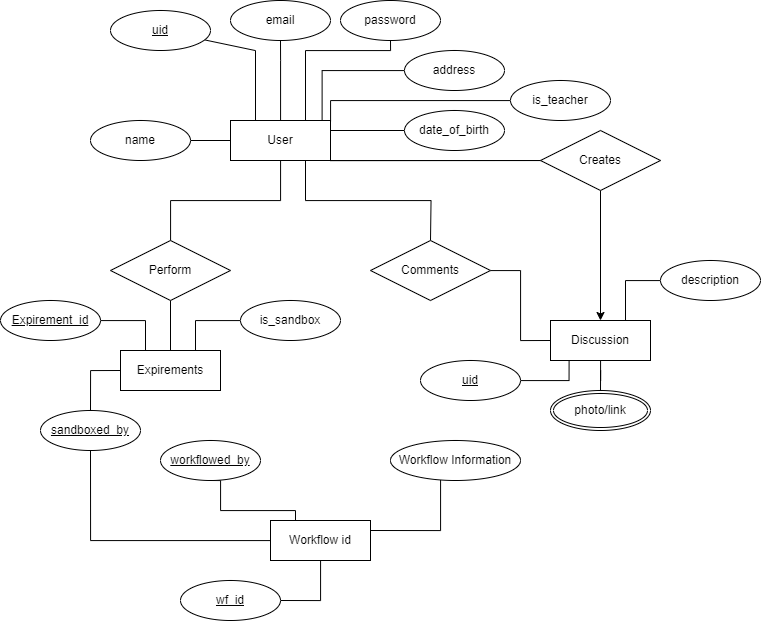
The draw.io diagram Diagrams/er.drawio.png in sushantbramhacharya/Labxplorer_documentations, before a commit. Source tidied: cells renumbered, new cells last; positions are measured from the earlier drawing's top-left corner, leaving out a move shared by most shapes.
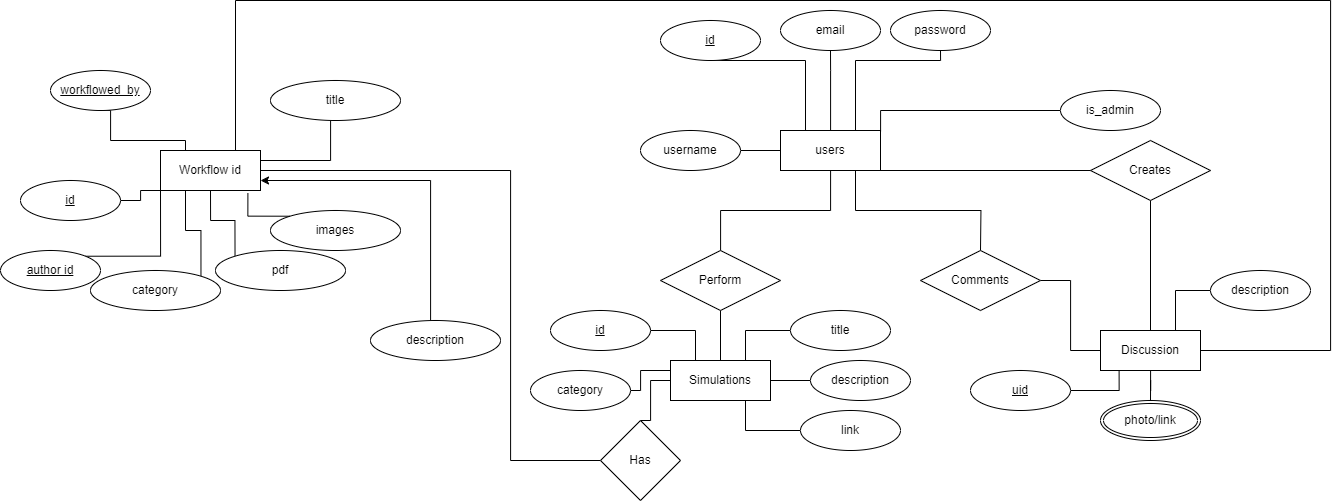
Later version of the same file.

The edit, as a diff of the source:
```diff
@@ -19,13 +19,13 @@
         </Array>
       </mxGeometry>
     </mxCell>
-    <mxCell id="5" value="User" style="whiteSpace=wrap;html=1;align=center;" parent="1" vertex="1">
+    <mxCell id="5" value="users" style="whiteSpace=wrap;html=1;align=center;" parent="1" vertex="1">
       <mxGeometry x="230" y="120" width="100" height="40" as="geometry" />
     </mxCell>
     <mxCell id="6" style="edgeStyle=orthogonalEdgeStyle;rounded=0;jettySize=auto;html=1;endArrow=none;endFill=0;" parent="1" edge="1" source="7" target="5">
       <mxGeometry relative="1" as="geometry" />
     </mxCell>
-    <mxCell id="7" value="name" style="ellipse;whiteSpace=wrap;html=1;align=center;" parent="1" vertex="1">
+    <mxCell id="7" value="username" style="ellipse;whiteSpace=wrap;html=1;align=center;" parent="1" vertex="1">
       <mxGeometry x="90" y="120" width="100" height="40" as="geometry" />
     </mxCell>
     <mxCell id="8" style="edgeStyle=orthogonalEdgeStyle;rounded=0;jettySize=auto;html=1;entryX=0.25;entryY=0;entryDx=0;entryDy=0;endArrow=none;endFill=0;" parent="1" edge="1" source="9" target="5">
@@ -35,7 +35,7 @@
         </Array>
       </mxGeometry>
     </mxCell>
-    <mxCell id="9" value="&lt;u&gt;uid&lt;/u&gt;" style="ellipse;whiteSpace=wrap;html=1;align=center;" parent="1" vertex="1">
+    <mxCell id="9" value="&lt;u&gt;id&lt;/u&gt;" style="ellipse;whiteSpace=wrap;html=1;align=center;" parent="1" vertex="1">
       <mxGeometry x="110" y="10" width="100" height="40" as="geometry" />
     </mxCell>
     <mxCell id="10" style="edgeStyle=orthogonalEdgeStyle;rounded=0;jettySize=auto;html=1;endArrow=none;endFill=0;" parent="1" edge="1" source="11" target="5">
@@ -60,31 +60,19 @@
     <mxCell id="13" value="password" style="ellipse;whiteSpace=wrap;html=1;align=center;" parent="1" vertex="1">
       <mxGeometry x="340" width="100" height="40" as="geometry" />
     </mxCell>
-    <mxCell id="14" style="edgeStyle=orthogonalEdgeStyle;rounded=0;jettySize=auto;html=1;entryX=0.916;entryY=0.004;entryDx=0;entryDy=0;entryPerimeter=0;endArrow=none;endFill=0;" parent="1" edge="1" source="15" target="5">
-      <mxGeometry relative="1" as="geometry" />
-    </mxCell>
-    <mxCell id="15" value="address" style="ellipse;whiteSpace=wrap;html=1;align=center;" parent="1" vertex="1">
-      <mxGeometry x="404" y="50" width="100" height="40" as="geometry" />
-    </mxCell>
-    <mxCell id="16" style="edgeStyle=orthogonalEdgeStyle;rounded=0;jettySize=auto;html=1;entryX=1;entryY=0.25;entryDx=0;entryDy=0;endArrow=none;endFill=0;" parent="1" edge="1" source="17" target="5">
-      <mxGeometry relative="1" as="geometry" />
-    </mxCell>
-    <mxCell id="17" value="date_of_birth" style="ellipse;whiteSpace=wrap;html=1;align=center;" parent="1" vertex="1">
-      <mxGeometry x="404" y="110" width="100" height="40" as="geometry" />
-    </mxCell>
     <mxCell id="18" style="edgeStyle=orthogonalEdgeStyle;rounded=0;jettySize=auto;html=1;endArrow=none;endFill=0;" parent="1" edge="1" source="19" target="20">
       <mxGeometry relative="1" as="geometry" />
     </mxCell>
     <mxCell id="19" value="Perform" style="shape=rhombus;perimeter=rhombusPerimeter;whiteSpace=wrap;html=1;align=center;" parent="1" vertex="1">
       <mxGeometry x="110" y="240" width="120" height="60" as="geometry" />
     </mxCell>
-    <mxCell id="20" value="Expirements" style="whiteSpace=wrap;html=1;align=center;" parent="1" vertex="1">
+    <mxCell id="20" value="Simulations" style="whiteSpace=wrap;html=1;align=center;" parent="1" vertex="1">
       <mxGeometry x="120" y="350" width="100" height="40" as="geometry" />
     </mxCell>
     <mxCell id="21" style="edgeStyle=orthogonalEdgeStyle;rounded=0;jettySize=auto;html=1;entryX=0.75;entryY=0;entryDx=0;entryDy=0;endArrow=none;endFill=0;" parent="1" edge="1" source="22" target="20">
       <mxGeometry relative="1" as="geometry" />
     </mxCell>
-    <mxCell id="22" value="is_sandbox" style="ellipse;whiteSpace=wrap;html=1;align=center;" parent="1" vertex="1">
+    <mxCell id="22" value="title" style="ellipse;whiteSpace=wrap;html=1;align=center;" parent="1" vertex="1">
       <mxGeometry x="240" y="300" width="100" height="40" as="geometry" />
     </mxCell>
     <mxCell id="23" style="edgeStyle=orthogonalEdgeStyle;rounded=0;jettySize=auto;html=1;entryX=0;entryY=0.5;entryDx=0;entryDy=0;endArrow=none;endFill=0;" parent="1" edge="1" source="24" target="36">
@@ -93,14 +81,15 @@
     <mxCell id="24" value="Comments" style="shape=rhombus;perimeter=rhombusPerimeter;whiteSpace=wrap;html=1;align=center;" parent="1" vertex="1">
       <mxGeometry x="370" y="240" width="120" height="60" as="geometry" />
     </mxCell>
-    <mxCell id="25" style="edgeStyle=orthogonalEdgeStyle;rounded=0;jettySize=auto;html=1;endArrow=none;endFill=0;exitX=0.5;exitY=1;exitDx=0;exitDy=0;" parent="1" edge="1" source="45" target="30">
+    <mxCell id="25" style="edgeStyle=orthogonalEdgeStyle;rounded=0;jettySize=auto;html=1;endArrow=none;endFill=0;exitX=0;exitY=0.5;exitDx=0;exitDy=0;" parent="1" edge="1" source="53" target="30">
       <mxGeometry relative="1" as="geometry">
         <Array as="points">
-          <mxPoint x="90" y="540" />
+          <mxPoint x="-40" y="450" />
+          <mxPoint x="-40" y="160" />
         </Array>
       </mxGeometry>
     </mxCell>
-    <mxCell id="26" style="edgeStyle=orthogonalEdgeStyle;rounded=0;jettySize=auto;html=1;exitX=0.5;exitY=1;exitDx=0;exitDy=0;entryX=0.5;entryY=0;entryDx=0;entryDy=0;" parent="1" edge="1" source="27" target="36">
+    <mxCell id="26" style="edgeStyle=orthogonalEdgeStyle;rounded=0;jettySize=auto;html=1;exitX=0.5;exitY=1;exitDx=0;exitDy=0;entryX=0.5;entryY=0;entryDx=0;entryDy=0;endArrow=none;endFill=0;" parent="1" edge="1" source="27" target="36">
       <mxGeometry relative="1" as="geometry" />
     </mxCell>
     <mxCell id="27" value="Creates" style="shape=rhombus;perimeter=rhombusPerimeter;whiteSpace=wrap;html=1;align=center;" parent="1" vertex="1">
@@ -109,17 +98,22 @@
     <mxCell id="28" style="edgeStyle=orthogonalEdgeStyle;rounded=0;jettySize=auto;html=1;exitX=0.25;exitY=0;exitDx=0;exitDy=0;entryX=0.5;entryY=1;entryDx=0;entryDy=0;endArrow=none;endFill=0;" parent="1" edge="1" source="30" target="33">
       <mxGeometry relative="1" as="geometry">
         <Array as="points">
-          <mxPoint x="295" y="510" />
-          <mxPoint x="220" y="510" />
-          <mxPoint x="220" y="480" />
+          <mxPoint x="-365" y="130" />
+          <mxPoint x="-440" y="130" />
+          <mxPoint x="-440" y="100" />
         </Array>
       </mxGeometry>
     </mxCell>
     <mxCell id="29" style="edgeStyle=orthogonalEdgeStyle;rounded=0;jettySize=auto;html=1;entryX=1;entryY=0.5;entryDx=0;entryDy=0;endArrow=none;endFill=0;" parent="1" edge="1" source="30" target="43">
-      <mxGeometry relative="1" as="geometry" />
+      <mxGeometry relative="1" as="geometry">
+        <Array as="points">
+          <mxPoint x="-410" y="180" />
+          <mxPoint x="-410" y="190" />
+        </Array>
+      </mxGeometry>
     </mxCell>
     <mxCell id="30" value="Workflow id" style="whiteSpace=wrap;html=1;align=center;" parent="1" vertex="1">
-      <mxGeometry x="270" y="520" width="100" height="40" as="geometry" />
+      <mxGeometry x="-390" y="140" width="100" height="40" as="geometry" />
     </mxCell>
     <mxCell id="31" style="edgeStyle=orthogonalEdgeStyle;rounded=0;jettySize=auto;html=1;entryX=1.001;entryY=0.016;entryDx=0;entryDy=0;entryPerimeter=0;endArrow=none;endFill=0;" parent="1" edge="1" source="32" target="5">
       <mxGeometry relative="1" as="geometry">
@@ -129,22 +123,31 @@
         </Array>
       </mxGeometry>
     </mxCell>
-    <mxCell id="32" value="is_teacher" style="ellipse;whiteSpace=wrap;html=1;align=center;" parent="1" vertex="1">
+    <mxCell id="32" value="is_admin" style="ellipse;whiteSpace=wrap;html=1;align=center;" parent="1" vertex="1">
       <mxGeometry x="510" y="80" width="100" height="40" as="geometry" />
     </mxCell>
     <mxCell id="33" value="&lt;u&gt;workflowed_by&lt;/u&gt;" style="ellipse;whiteSpace=wrap;html=1;align=center;" parent="1" vertex="1">
-      <mxGeometry x="160" y="440" width="100" height="40" as="geometry" />
+      <mxGeometry x="-500" y="60" width="100" height="40" as="geometry" />
     </mxCell>
     <mxCell id="34" style="edgeStyle=orthogonalEdgeStyle;rounded=0;jettySize=auto;html=1;entryX=1;entryY=0.25;entryDx=0;entryDy=0;endArrow=none;endFill=0;" parent="1" edge="1" source="35" target="30">
       <mxGeometry relative="1" as="geometry">
         <Array as="points">
-          <mxPoint x="440" y="530" />
+          <mxPoint x="-220" y="150" />
         </Array>
       </mxGeometry>
     </mxCell>
-    <mxCell id="35" value="Workflow Information" style="ellipse;whiteSpace=wrap;html=1;align=center;" parent="1" vertex="1">
-      <mxGeometry x="390" y="440" width="130" height="40" as="geometry" />
+    <mxCell id="35" value="title" style="ellipse;whiteSpace=wrap;html=1;align=center;" parent="1" vertex="1">
+      <mxGeometry x="-280" y="70" width="130" height="40" as="geometry" />
     </mxCell>
+    <mxCell id="48" style="edgeStyle=orthogonalEdgeStyle;rounded=0;jettySize=auto;html=1;exitX=1;exitY=0.5;exitDx=0;exitDy=0;entryX=0.75;entryY=0;entryDx=0;entryDy=0;endArrow=none;endFill=0;" parent="1" edge="1" source="36" target="30">
+      <mxGeometry relative="1" as="geometry">
+        <Array as="points">
+          <mxPoint x="780" y="340" />
+          <mxPoint x="780" y="-10" />
+          <mxPoint x="-315" y="-10" />
+        </Array>
+      </mxGeometry>
+    </mxCell>
     <mxCell id="36" value="Discussion" style="whiteSpace=wrap;html=1;align=center;" parent="1" vertex="1">
       <mxGeometry x="550" y="320" width="100" height="40" as="geometry" />
     </mxCell>
@@ -166,20 +169,83 @@
     <mxCell id="42" value="&lt;u&gt;uid&lt;/u&gt;" style="ellipse;whiteSpace=wrap;html=1;align=center;" parent="1" vertex="1">
       <mxGeometry x="420" y="360" width="100" height="40" as="geometry" />
     </mxCell>
-    <mxCell id="43" value="&lt;u&gt;wf_id&lt;/u&gt;" style="ellipse;whiteSpace=wrap;html=1;align=center;" parent="1" vertex="1">
-      <mxGeometry x="180" y="580" width="100" height="40" as="geometry" />
+    <mxCell id="43" value="&lt;u&gt;id&lt;/u&gt;" style="ellipse;whiteSpace=wrap;html=1;align=center;" parent="1" vertex="1">
+      <mxGeometry x="-530" y="170" width="100" height="40" as="geometry" />
     </mxCell>
-    <mxCell id="44" style="edgeStyle=orthogonalEdgeStyle;rounded=0;jettySize=auto;html=1;entryX=0;entryY=0.5;entryDx=0;entryDy=0;endArrow=none;endFill=0;" parent="1" edge="1" source="45" target="20">
-      <mxGeometry relative="1" as="geometry" />
+    <mxCell id="44" style="edgeStyle=orthogonalEdgeStyle;rounded=0;jettySize=auto;html=1;entryX=0;entryY=0.5;entryDx=0;entryDy=0;endArrow=none;endFill=0;" parent="1" edge="1" target="20">
+      <mxGeometry relative="1" as="geometry">
+        <mxPoint x="90" y="410" as="sourcePoint" />
+        <Array as="points">
+          <mxPoint x="100" y="410" />
+          <mxPoint x="100" y="370" />
+        </Array>
+      </mxGeometry>
     </mxCell>
-    <mxCell id="45" value="&lt;u&gt;sandboxed_by&lt;/u&gt;" style="ellipse;whiteSpace=wrap;html=1;align=center;" parent="1" vertex="1">
-      <mxGeometry x="40" y="410" width="100" height="40" as="geometry" />
-    </mxCell>
     <mxCell id="46" style="edgeStyle=orthogonalEdgeStyle;rounded=0;jettySize=auto;html=1;entryX=0.25;entryY=0;entryDx=0;entryDy=0;endArrow=none;endFill=0;" parent="1" edge="1" source="47" target="20">
       <mxGeometry relative="1" as="geometry" />
     </mxCell>
-    <mxCell id="47" value="&lt;u&gt;Expirement_id&lt;/u&gt;" style="ellipse;whiteSpace=wrap;html=1;align=center;" parent="1" vertex="1">
+    <mxCell id="47" value="&lt;u&gt;id&lt;/u&gt;" style="ellipse;whiteSpace=wrap;html=1;align=center;" parent="1" vertex="1">
       <mxGeometry y="300" width="100" height="40" as="geometry" />
     </mxCell>
+    <mxCell id="49" style="edgeStyle=orthogonalEdgeStyle;rounded=0;jettySize=auto;html=1;entryX=1;entryY=0.5;entryDx=0;entryDy=0;endArrow=none;endFill=0;" parent="1" edge="1" source="50" target="20">
+      <mxGeometry relative="1" as="geometry" />
+    </mxCell>
+    <mxCell id="50" value="description" style="ellipse;whiteSpace=wrap;html=1;align=center;" parent="1" vertex="1">
+      <mxGeometry x="260" y="350" width="100" height="40" as="geometry" />
+    </mxCell>
+    <mxCell id="51" style="edgeStyle=orthogonalEdgeStyle;rounded=0;jettySize=auto;html=1;entryX=0.75;entryY=1;entryDx=0;entryDy=0;endArrow=none;endFill=0;" parent="1" edge="1" source="52" target="20">
+      <mxGeometry relative="1" as="geometry" />
+    </mxCell>
+    <mxCell id="52" value="link" style="ellipse;whiteSpace=wrap;html=1;align=center;" parent="1" vertex="1">
+      <mxGeometry x="250" y="400" width="100" height="40" as="geometry" />
+    </mxCell>
+    <mxCell id="53" value="Has" style="rhombus;whiteSpace=wrap;html=1;" parent="1" vertex="1">
+      <mxGeometry x="50" y="410" width="80" height="80" as="geometry" />
+    </mxCell>
+    <mxCell id="54" style="edgeStyle=orthogonalEdgeStyle;rounded=0;jettySize=auto;html=1;entryX=1;entryY=0.75;entryDx=0;entryDy=0;" parent="1" edge="1" source="55" target="30">
+      <mxGeometry relative="1" as="geometry">
+        <Array as="points">
+          <mxPoint x="-120" y="170" />
+        </Array>
+      </mxGeometry>
+    </mxCell>
+    <mxCell id="55" value="description" style="ellipse;whiteSpace=wrap;html=1;align=center;" parent="1" vertex="1">
+      <mxGeometry x="-180" y="310" width="130" height="40" as="geometry" />
+    </mxCell>
+    <mxCell id="56" value="images" style="ellipse;whiteSpace=wrap;html=1;align=center;" parent="1" vertex="1">
+      <mxGeometry x="-280" y="200" width="130" height="40" as="geometry" />
+    </mxCell>
+    <mxCell id="57" style="edgeStyle=orthogonalEdgeStyle;rounded=0;jettySize=auto;html=1;exitX=0;exitY=0;exitDx=0;exitDy=0;entryX=0.5;entryY=1;entryDx=0;entryDy=0;endArrow=none;endFill=0;" parent="1" edge="1" source="58" target="30">
+      <mxGeometry relative="1" as="geometry" />
+    </mxCell>
+    <mxCell id="58" value="pdf" style="ellipse;whiteSpace=wrap;html=1;align=center;" parent="1" vertex="1">
+      <mxGeometry x="-335" y="240" width="130" height="40" as="geometry" />
+    </mxCell>
+    <mxCell id="59" style="edgeStyle=orthogonalEdgeStyle;rounded=0;jettySize=auto;html=1;exitX=1;exitY=0;exitDx=0;exitDy=0;entryX=0.25;entryY=1;entryDx=0;entryDy=0;endArrow=none;endFill=0;" parent="1" edge="1" source="60" target="30">
+      <mxGeometry relative="1" as="geometry" />
+    </mxCell>
+    <mxCell id="60" value="category" style="ellipse;whiteSpace=wrap;html=1;align=center;" parent="1" vertex="1">
+      <mxGeometry x="-460" y="260" width="130" height="40" as="geometry" />
+    </mxCell>
+    <mxCell id="61" style="edgeStyle=orthogonalEdgeStyle;rounded=0;jettySize=auto;html=1;exitX=1;exitY=0;exitDx=0;exitDy=0;entryX=0;entryY=1;entryDx=0;entryDy=0;endArrow=none;endFill=0;" parent="1" edge="1" source="62" target="30">
+      <mxGeometry relative="1" as="geometry" />
+    </mxCell>
+    <mxCell id="62" value="&lt;u&gt;author id&lt;/u&gt;" style="ellipse;whiteSpace=wrap;html=1;align=center;" parent="1" vertex="1">
+      <mxGeometry x="-550" y="240" width="100" height="40" as="geometry" />
+    </mxCell>
+    <mxCell id="63" style="edgeStyle=orthogonalEdgeStyle;rounded=0;jettySize=auto;html=1;exitX=0;exitY=0;exitDx=0;exitDy=0;entryX=0.874;entryY=1.072;entryDx=0;entryDy=0;entryPerimeter=0;endArrow=none;endFill=0;" parent="1" edge="1" source="56" target="30">
+      <mxGeometry relative="1" as="geometry" />
+    </mxCell>
+    <mxCell id="64" style="edgeStyle=orthogonalEdgeStyle;rounded=0;jettySize=auto;html=1;exitX=1;exitY=0.5;exitDx=0;exitDy=0;entryX=0;entryY=0.25;entryDx=0;entryDy=0;endArrow=none;endFill=0;" parent="1" edge="1" source="65" target="20">
+      <mxGeometry relative="1" as="geometry">
+        <Array as="points">
+          <mxPoint x="90" y="380" />
+          <mxPoint x="90" y="360" />
+        </Array>
+      </mxGeometry>
+    </mxCell>
+    <mxCell id="65" value="category" style="ellipse;whiteSpace=wrap;html=1;align=center;" parent="1" vertex="1">
+      <mxGeometry x="-20" y="360" width="100" height="40" as="geometry" />
+    </mxCell>
   </root>
 </mxGraphModel>
```
